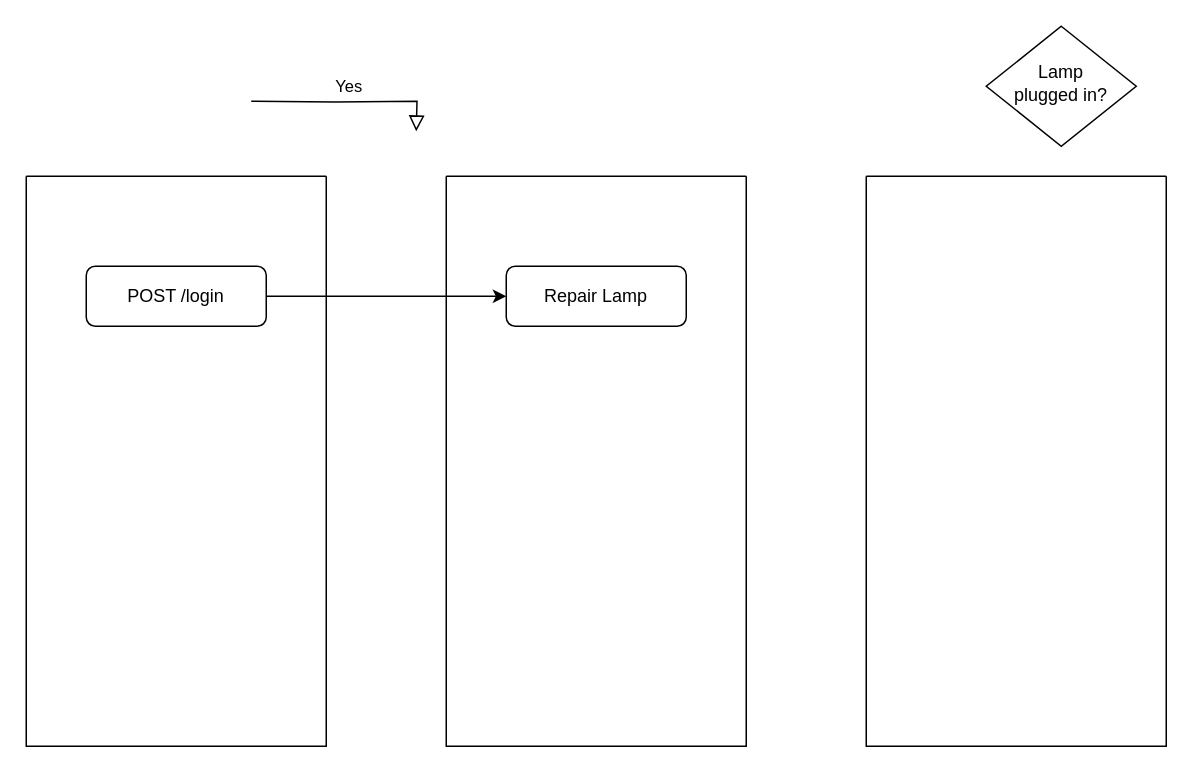
The draw.io diagram login.drawio in z88243310/bins, before the edit. Source tidied: cells renumbered, new cells numbered last; positions are measured from the earlier drawing's top-left corner, leaving out a move shared by most shapes. Both pictures are drawn from the tidied source at 150%, with x=0, y=0 at pixel (26, 26).
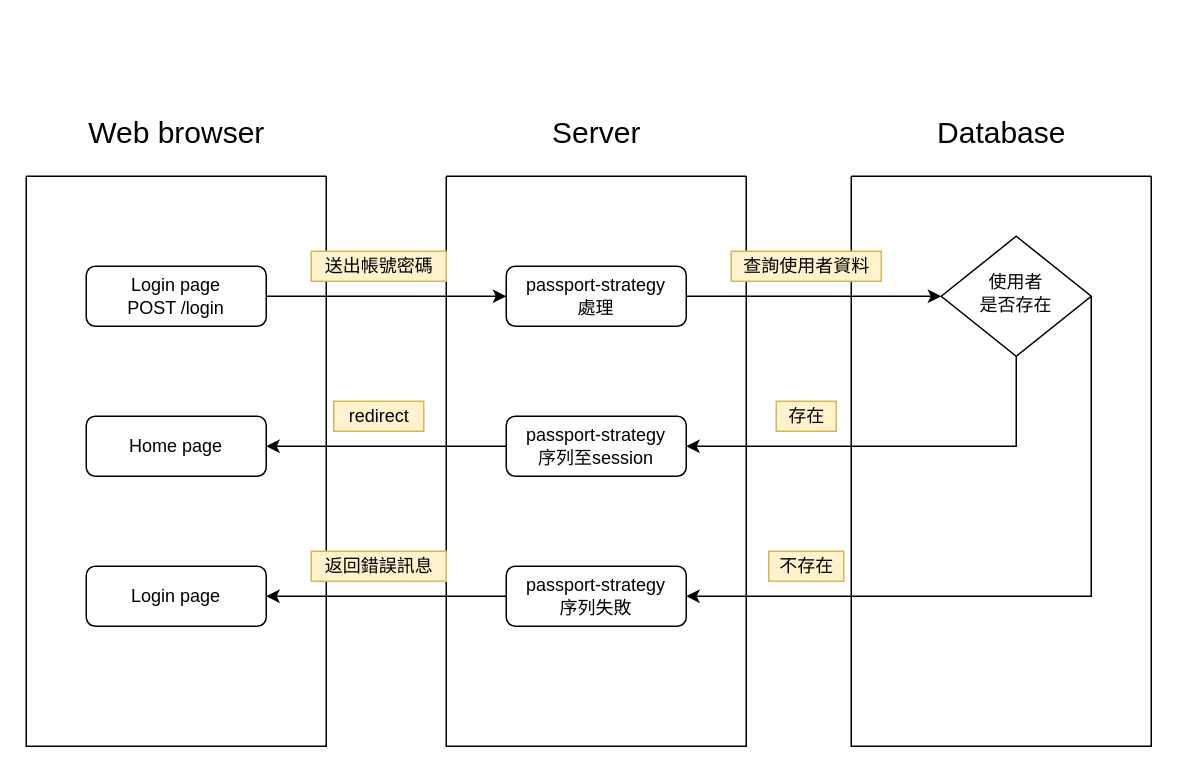
Above is the later version.

Unchanged cells that the change refers to:
```xml
<mxCell id="4" style="swimlane;startSize=0;" parent="1" vertex="1">
  <mxGeometry y="100" width="200" height="380" as="geometry" />
</mxCell>
<mxCell id="6" style="swimlane;startSize=0;" parent="1" vertex="1">
  <mxGeometry x="280" y="100" width="200" height="380" as="geometry" />
</mxCell>
```

Diff of the diagram source:
```diff
@@
-    <mxCell id="2" value="Lamp&lt;br&gt;plugged in?" style="rhombus;whiteSpace=wrap;html=1;shadow=0;fontFamily=Helvetica;fontSize=12;align=center;strokeWidth=1;spacing=6;spacingTop=-4;" parent="1" vertex="1">
-      <mxGeometry x="640" width="100" height="80" as="geometry" />
-    </mxCell>
-    <mxCell id="3" value="Yes" style="edgeStyle=orthogonalEdgeStyle;rounded=0;html=1;jettySize=auto;orthogonalLoop=1;fontSize=11;endArrow=block;endFill=0;endSize=8;strokeWidth=1;shadow=0;labelBackgroundColor=none;" parent="1" edge="1">
-      <mxGeometry y="10" relative="1" as="geometry">
-        <mxPoint x="150" y="50" as="sourcePoint" />
-        <mxPoint x="260" y="70" as="targetPoint" />
-      </mxGeometry>
-    </mxCell>
@@
-    <mxCell id="5" value="POST /login" style="rounded=1;whiteSpace=wrap;html=1;fontSize=12;glass=0;strokeWidth=1;shadow=0;" parent="4" vertex="1">
+    <mxCell id="5" value="&lt;div&gt;Login page&lt;br&gt;&lt;/div&gt;&lt;div&gt;POST /login&lt;/div&gt;" style="rounded=1;whiteSpace=wrap;html=1;fontSize=12;glass=0;strokeWidth=1;shadow=0;" parent="4" vertex="1">
       <mxGeometry x="40" y="60" width="120" height="40" as="geometry" />
     </mxCell>
+    <mxCell id="10" value="Home page" style="rounded=1;whiteSpace=wrap;html=1;fontSize=12;glass=0;strokeWidth=1;shadow=0;" parent="4" vertex="1">
+      <mxGeometry x="40" y="160" width="120" height="40" as="geometry" />
+    </mxCell>
+    <mxCell id="11" value="Login page" style="rounded=1;whiteSpace=wrap;html=1;fontSize=12;glass=0;strokeWidth=1;shadow=0;" parent="4" vertex="1">
+      <mxGeometry x="40" y="260" width="120" height="40" as="geometry" />
+    </mxCell>
@@
-    <mxCell id="7" value="Repair Lamp" style="rounded=1;whiteSpace=wrap;html=1;fontSize=12;glass=0;strokeWidth=1;shadow=0;" parent="6" vertex="1">
+    <mxCell id="7" value="&lt;div&gt;passport-strategy&lt;/div&gt;&lt;div&gt;處理&lt;/div&gt;" style="rounded=1;whiteSpace=wrap;html=1;fontSize=12;glass=0;strokeWidth=1;shadow=0;" parent="6" vertex="1">
       <mxGeometry x="40" y="60" width="120" height="40" as="geometry" />
     </mxCell>
+    <mxCell id="12" value="&lt;div&gt;passport-strategy&lt;/div&gt;&lt;div&gt;序列至session&lt;br&gt;&lt;/div&gt;" style="rounded=1;whiteSpace=wrap;html=1;fontSize=12;glass=0;strokeWidth=1;shadow=0;" parent="6" vertex="1">
+      <mxGeometry x="40" y="160" width="120" height="40" as="geometry" />
+    </mxCell>
+    <mxCell id="13" value="&lt;div&gt;passport-strategy&lt;/div&gt;&lt;div&gt;序列失敗&lt;br&gt;&lt;/div&gt;" style="rounded=1;whiteSpace=wrap;html=1;fontSize=12;glass=0;strokeWidth=1;shadow=0;" parent="6" vertex="1">
+      <mxGeometry x="40" y="260" width="120" height="40" as="geometry" />
+    </mxCell>
     <mxCell id="8" style="swimlane;startSize=0;" parent="1" vertex="1">
-      <mxGeometry x="560" y="100" width="200" height="380" as="geometry" />
+      <mxGeometry x="550" y="100" width="200" height="380" as="geometry" />
     </mxCell>
+    <mxCell id="2" value="&lt;div&gt;使用者&lt;/div&gt;&lt;div&gt;是否存在&lt;/div&gt;" style="rhombus;whiteSpace=wrap;html=1;shadow=0;fontFamily=Helvetica;fontSize=12;align=center;strokeWidth=1;spacing=6;spacingTop=-4;" parent="8" vertex="1">
+      <mxGeometry x="60" y="40" width="100" height="80" as="geometry" />
+    </mxCell>
@@
+    <mxCell id="14" value="送出帳號密碼" style="text;html=1;align=center;verticalAlign=middle;strokeColor=#d6b656;fillColor=#fff2cc;" parent="1" vertex="1">
+      <mxGeometry x="190" y="150" width="90" height="20" as="geometry" />
+    </mxCell>
+    <mxCell id="15" value="查詢使用者資料" style="text;html=1;align=center;verticalAlign=middle;strokeColor=#d6b656;fillColor=#fff2cc;" parent="1" vertex="1">
+      <mxGeometry x="470" y="150" width="100" height="20" as="geometry" />
+    </mxCell>
+    <mxCell id="16" style="edgeStyle=orthogonalEdgeStyle;rounded=0;jettySize=auto;html=1;entryX=0;entryY=0.5;entryDx=0;entryDy=0;" parent="1" edge="1" source="7" target="2">
+      <mxGeometry relative="1" as="geometry" />
+    </mxCell>
+    <mxCell id="17" style="edgeStyle=orthogonalEdgeStyle;rounded=0;jettySize=auto;html=1;entryX=1;entryY=0.5;entryDx=0;entryDy=0;" parent="1" edge="1" source="2" target="12">
+      <mxGeometry relative="1" as="geometry">
+        <Array as="points">
+          <mxPoint x="660" y="280" />
+        </Array>
+      </mxGeometry>
+    </mxCell>
+    <mxCell id="18" value="存在" style="text;html=1;align=center;verticalAlign=middle;strokeColor=#d6b656;fillColor=#fff2cc;" parent="1" vertex="1">
+      <mxGeometry x="500" y="250" width="40" height="20" as="geometry" />
+    </mxCell>
+    <mxCell id="19" value="&lt;font style=&quot;font-size: 20px&quot;&gt;Web browser&lt;/font&gt;" style="text;html=1;align=center;verticalAlign=middle;" parent="1" vertex="1">
+      <mxGeometry x="35" y="60" width="130" height="20" as="geometry" />
+    </mxCell>
+    <mxCell id="20" value="&lt;font style=&quot;font-size: 20px&quot;&gt;Server&lt;/font&gt;" style="text;html=1;align=center;verticalAlign=middle;" parent="1" vertex="1">
+      <mxGeometry x="345" y="60" width="70" height="20" as="geometry" />
+    </mxCell>
+    <mxCell id="21" value="&lt;font style=&quot;font-size: 20px&quot;&gt;Database&lt;/font&gt;" style="text;html=1;align=center;verticalAlign=middle;" parent="1" vertex="1">
+      <mxGeometry x="600" y="60" width="100" height="20" as="geometry" />
+    </mxCell>
+    <mxCell id="22" style="edgeStyle=orthogonalEdgeStyle;rounded=0;jettySize=auto;html=1;entryX=1;entryY=0.5;entryDx=0;entryDy=0;fontSize=20;" parent="1" edge="1" source="12" target="10">
+      <mxGeometry relative="1" as="geometry" />
+    </mxCell>
+    <mxCell id="23" value="redirect" style="text;html=1;align=center;verticalAlign=middle;strokeColor=#d6b656;fillColor=#fff2cc;" parent="1" vertex="1">
+      <mxGeometry x="205" y="250" width="60" height="20" as="geometry" />
+    </mxCell>
+    <mxCell id="24" style="edgeStyle=orthogonalEdgeStyle;rounded=0;jettySize=auto;html=1;exitX=1;exitY=0.5;exitDx=0;exitDy=0;fontSize=20;entryX=1;entryY=0.5;entryDx=0;entryDy=0;" parent="1" edge="1" source="2" target="13">
+      <mxGeometry relative="1" as="geometry">
+        <Array as="points">
+          <mxPoint x="710" y="380" />
+        </Array>
+      </mxGeometry>
+    </mxCell>
+    <mxCell id="25" value="不存在" style="text;html=1;align=center;verticalAlign=middle;strokeColor=#d6b656;fillColor=#fff2cc;" parent="1" vertex="1">
+      <mxGeometry x="495" y="350" width="50" height="20" as="geometry" />
+    </mxCell>
+    <mxCell id="26" style="edgeStyle=orthogonalEdgeStyle;rounded=0;jettySize=auto;html=1;entryX=1;entryY=0.5;entryDx=0;entryDy=0;fontSize=20;exitX=0;exitY=0.5;exitDx=0;exitDy=0;" parent="1" edge="1" source="13" target="11">
+      <mxGeometry relative="1" as="geometry" />
+    </mxCell>
+    <mxCell id="27" value="返回錯誤訊息" style="text;html=1;align=center;verticalAlign=middle;strokeColor=#d6b656;fillColor=#fff2cc;" parent="1" vertex="1">
+      <mxGeometry x="190" y="350" width="90" height="20" as="geometry" />
+    </mxCell>
```
